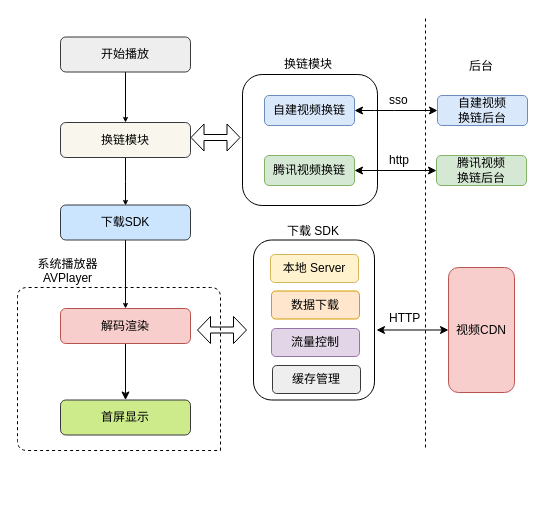
The draw.io diagram play.drawio in Anyewuya/Sev, before the edit. Source tidied: cells renumbered, new cells numbered last; positions are measured from the earlier drawing's top-left corner, leaving out a move shared by most shapes. Both pictures are drawn from the tidied source at 100%, with x=0, y=0 at pixel (17, 17).
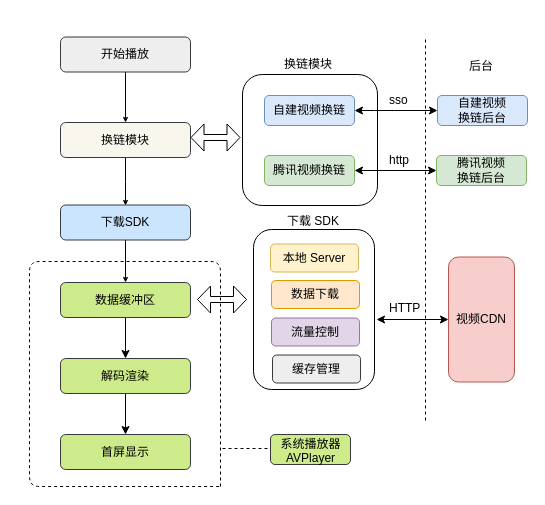
Above is the later version.

Change to the diagram source:
```diff
@@
-    <mxCell id="18" value="解码渲染" style="rounded=1;whiteSpace=wrap;html=1;fillColor=#f8cecc;strokeColor=#b85450;" parent="1" vertex="1">
-      <mxGeometry x="43" y="291" width="130" height="35" as="geometry" />
+    <mxCell id="18" value="数据缓冲区" style="rounded=1;whiteSpace=wrap;html=1;fillColor=#cdeb8b;strokeColor=#36393d;" parent="1" vertex="1">
+      <mxGeometry x="43" y="265" width="130" height="35" as="geometry" />
     </mxCell>
@@
     <mxCell id="21" style="rounded=1;whiteSpace=wrap;html=1;labelBackgroundColor=none;gradientColor=none;" parent="1" vertex="1">
-      <mxGeometry x="236" y="222.5" width="121" height="160" as="geometry" />
+      <mxGeometry x="236" y="212" width="121" height="160" as="geometry" />
     </mxCell>
     <mxCell id="22" value="视频CDN" style="rounded=1;whiteSpace=wrap;html=1;labelBackgroundColor=none;fillColor=#f8cecc;strokeColor=#b85450;arcSize=15;" parent="1" vertex="1">
-      <mxGeometry x="431" y="250" width="66" height="125" as="geometry" />
+      <mxGeometry x="431" y="239.5" width="66" height="125" as="geometry" />
     </mxCell>
     <mxCell id="23" value="本地 Server" style="rounded=1;whiteSpace=wrap;html=1;labelBackgroundColor=none;fillColor=#fff2cc;strokeColor=#d6b656;" parent="1" vertex="1">
-      <mxGeometry x="253" y="237" width="88" height="28" as="geometry" />
+      <mxGeometry x="253" y="226.5" width="88" height="28" as="geometry" />
     </mxCell>
     <mxCell id="24" value="数据下载" style="rounded=1;whiteSpace=wrap;html=1;labelBackgroundColor=none;fillColor=#ffe6cc;strokeColor=#d79b00;" parent="1" vertex="1">
-      <mxGeometry x="254" y="273.5" width="88" height="28" as="geometry" />
+      <mxGeometry x="254" y="263" width="88" height="28" as="geometry" />
     </mxCell>
     <mxCell id="25" value="流量控制" style="rounded=1;whiteSpace=wrap;html=1;labelBackgroundColor=none;fillColor=#e1d5e7;strokeColor=#9673a6;" parent="1" vertex="1">
-      <mxGeometry x="254" y="311" width="88" height="28" as="geometry" />
+      <mxGeometry x="254" y="300.5" width="88" height="28" as="geometry" />
     </mxCell>
     <mxCell id="26" value="缓存管理" style="rounded=1;whiteSpace=wrap;html=1;labelBackgroundColor=none;fillColor=#eeeeee;strokeColor=#36393d;" parent="1" vertex="1">
-      <mxGeometry x="255" y="348" width="88" height="28" as="geometry" />
+      <mxGeometry x="255" y="337.5" width="88" height="28" as="geometry" />
     </mxCell>
     <mxCell id="27" style="endArrow=classic;startArrow=classic;html=1;entryX=0;entryY=0.5;entryDx=0;entryDy=0;" parent="1" edge="1" target="22">
       <mxGeometry relative="1" as="geometry">
-        <mxPoint x="359" y="312.5" as="sourcePoint" />
+        <mxPoint x="359" y="302" as="sourcePoint" />
       </mxGeometry>
     </mxCell>
     <mxCell id="28" value="HTTP" style="text;html=1;align=left;verticalAlign=top;spacingTop=-4;" parent="1" vertex="1">
-      <mxGeometry x="370" y="291" width="50" height="20" as="geometry" />
+      <mxGeometry x="370" y="280.5" width="50" height="20" as="geometry" />
     </mxCell>
     <mxCell id="29" style="shape=flexArrow;endArrow=classic;startArrow=classic;html=1;width=6;endSize=4;startSize=4;" parent="1" edge="1">
       <mxGeometry relative="1" as="geometry">
-        <mxPoint x="179.5" y="312.5" as="sourcePoint" />
-        <mxPoint x="229.5" y="312.5" as="targetPoint" />
+        <mxPoint x="179.5" y="282" as="sourcePoint" />
+        <mxPoint x="229.5" y="282" as="targetPoint" />
       </mxGeometry>
     </mxCell>
     <mxCell id="30" value="下载 SDK" style="text;html=1;align=left;verticalAlign=top;spacingTop=-4;" parent="1" vertex="1">
-      <mxGeometry x="268" y="204" width="70" height="20" as="geometry" />
+      <mxGeometry x="268" y="193.5" width="70" height="20" as="geometry" />
     </mxCell>
     <mxCell id="31" style="endArrow=none;dashed=1;html=1;" parent="1" edge="1">
       <mxGeometry relative="1" as="geometry">
-        <mxPoint x="408" y="430" as="sourcePoint" />
-        <mxPoint x="408" as="targetPoint" />
+        <mxPoint x="408" y="403" as="sourcePoint" />
+        <mxPoint x="408" y="20" as="targetPoint" />
       </mxGeometry>
     </mxCell>
@@
+    <mxCell id="36" style="edgeStyle=orthogonalEdgeStyle;rounded=0;jettySize=auto;html=1;" parent="1" edge="1" source="33" target="37">
+      <mxGeometry relative="1" as="geometry" />
+    </mxCell>
-    <mxCell id="33" value="首屏显示" style="rounded=1;whiteSpace=wrap;html=1;fillColor=#cdeb8b;strokeColor=#36393d;" parent="1" vertex="1">
-      <mxGeometry x="43" y="382.5" width="130" height="35" as="geometry" />
+    <mxCell id="33" value="解码渲染" style="rounded=1;whiteSpace=wrap;html=1;fillColor=#cdeb8b;strokeColor=#36393d;" parent="1" vertex="1">
+      <mxGeometry x="43" y="341" width="130" height="35" as="geometry" />
     </mxCell>
+    <mxCell id="37" value="首屏显示" style="rounded=1;whiteSpace=wrap;html=1;fillColor=#cdeb8b;strokeColor=#36393d;" parent="1" vertex="1">
+      <mxGeometry x="43" y="417" width="130" height="35" as="geometry" />
+    </mxCell>
     <mxCell id="34" style="endArrow=none;dashed=1;html=1;" parent="1" edge="1">
       <mxGeometry relative="1" as="geometry">
-        <mxPoint x="203" y="433" as="sourcePoint" />
-        <mxPoint x="203" y="433" as="targetPoint" />
+        <mxPoint x="203" y="469" as="sourcePoint" />
+        <mxPoint x="203" y="469" as="targetPoint" />
         <Array as="points">
-          <mxPoint x="203" y="270" />
-          <mxPoint y="270" />
-          <mxPoint y="350" />
-          <mxPoint y="433" />
-          <mxPoint x="115" y="433" />
+          <mxPoint x="203" y="244" />
+          <mxPoint x="12" y="244" />
+          <mxPoint x="12" y="469" />
+          <mxPoint x="115" y="469" />
         </Array>
       </mxGeometry>
     </mxCell>
-    <mxCell id="35" value="系统播放器&lt;br&gt;AVPlayer" style="text;html=1;points=[];align=center;verticalAlign=top;spacingTop=-4;" parent="1" vertex="1">
-      <mxGeometry x="10" y="237" width="80" height="30" as="geometry" />
+    <mxCell id="35" value="系统播放器&lt;br&gt;AVPlayer" style="text;html=1;points=[];align=center;verticalAlign=top;spacingTop=-4;fillColor=#cdeb8b;strokeColor=#36393d;rounded=1;" parent="1" vertex="1">
+      <mxGeometry x="253" y="417" width="80" height="30" as="geometry" />
     </mxCell>
+    <mxCell id="38" style="endArrow=none;dashed=1;html=1;entryX=-0.006;entryY=0.467;entryDx=0;entryDy=0;entryPerimeter=0;" parent="1" edge="1" target="35">
+      <mxGeometry relative="1" as="geometry">
+        <mxPoint x="205" y="431" as="sourcePoint" />
+      </mxGeometry>
+    </mxCell>
```
